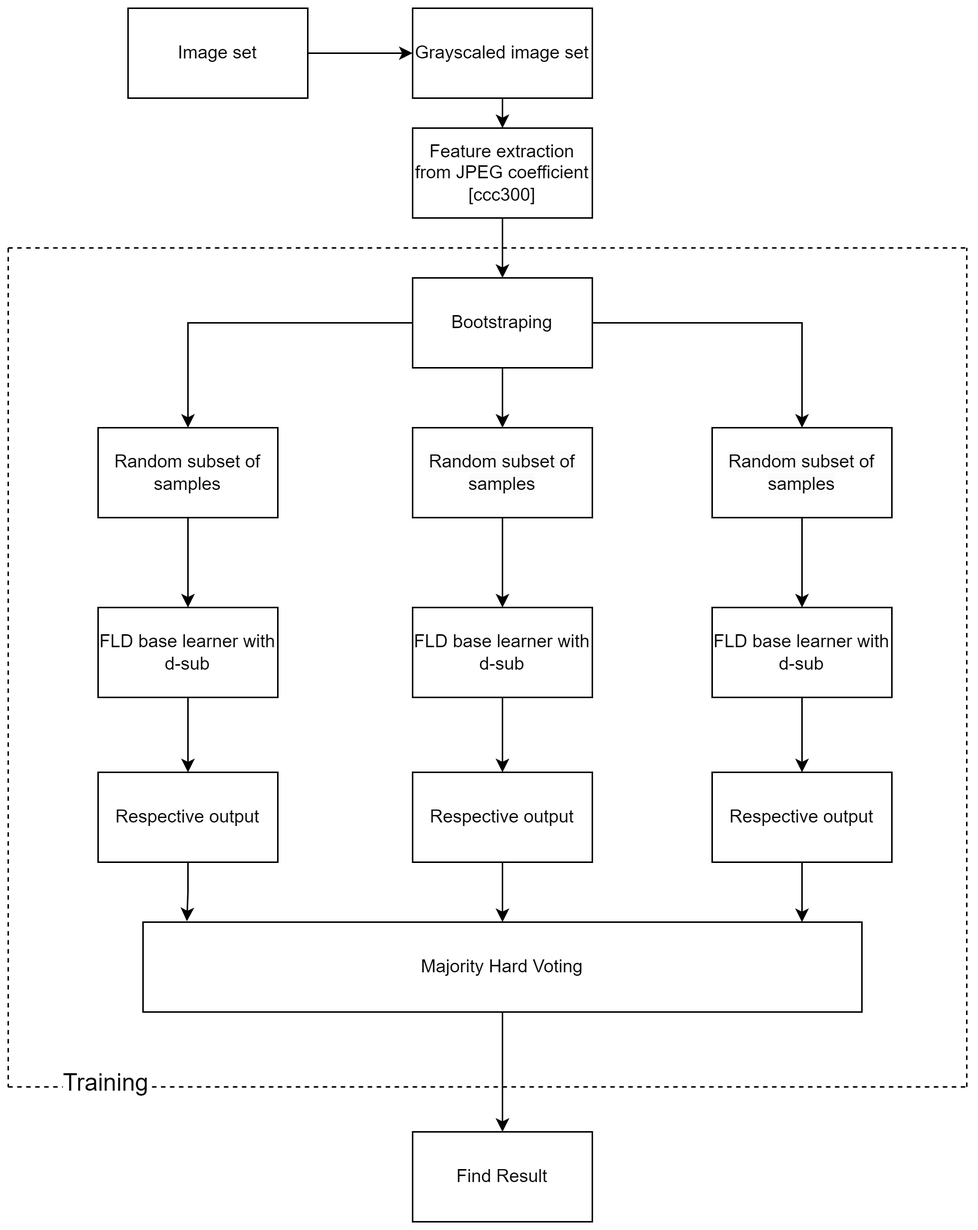
Above: Final/img/blockDiagram.png in cruvss/Image-Steganalysis-Using-Ensemble-Classifiers (draw.io), before the change. Source tidied: cells renumbered, new cells last; positions are measured from the earlier drawing's top-left corner, leaving out a move shared by most shapes. Its diagram source:
```xml
<mxGraphModel>
  <root>
    <mxCell id="0" />
    <mxCell id="1" parent="0" />
    <mxCell id="2" style="edgeStyle=orthogonalEdgeStyle;rounded=0;jettySize=auto;html=1;entryX=0;entryY=0.5;entryDx=0;entryDy=0;" parent="1" edge="1" source="3" target="5">
      <mxGeometry relative="1" as="geometry" />
    </mxCell>
    <mxCell id="3" value="Image set" style="rounded=0;whiteSpace=wrap;html=1;" parent="1" vertex="1">
      <mxGeometry x="80" width="120" height="60" as="geometry" />
    </mxCell>
    <mxCell id="4" style="edgeStyle=orthogonalEdgeStyle;rounded=0;jettySize=auto;html=1;entryX=0.5;entryY=0;entryDx=0;entryDy=0;" parent="1" edge="1" source="5" target="7">
      <mxGeometry relative="1" as="geometry" />
    </mxCell>
    <mxCell id="5" value="Grayscaled image set" style="rounded=0;whiteSpace=wrap;html=1;" parent="1" vertex="1">
      <mxGeometry x="270" width="120" height="60" as="geometry" />
    </mxCell>
    <mxCell id="6" style="edgeStyle=orthogonalEdgeStyle;rounded=0;jettySize=auto;html=1;entryX=0.5;entryY=0;entryDx=0;entryDy=0;" parent="1" edge="1" source="7" target="11">
      <mxGeometry relative="1" as="geometry" />
    </mxCell>
    <mxCell id="7" value="Feature extraction from JPEG coefficient&lt;br&gt;[ccc300]" style="rounded=0;whiteSpace=wrap;html=1;" parent="1" vertex="1">
      <mxGeometry x="270" y="80" width="120" height="60" as="geometry" />
    </mxCell>
    <mxCell id="8" style="edgeStyle=orthogonalEdgeStyle;rounded=0;jettySize=auto;html=1;entryX=0.5;entryY=0;entryDx=0;entryDy=0;" parent="1" edge="1" source="11" target="17">
      <mxGeometry relative="1" as="geometry" />
    </mxCell>
    <mxCell id="9" style="edgeStyle=orthogonalEdgeStyle;rounded=0;jettySize=auto;html=1;entryX=0.5;entryY=0;entryDx=0;entryDy=0;" parent="1" edge="1" source="11" target="13">
      <mxGeometry relative="1" as="geometry" />
    </mxCell>
    <mxCell id="10" style="edgeStyle=orthogonalEdgeStyle;rounded=0;jettySize=auto;html=1;" parent="1" edge="1" source="11" target="15">
      <mxGeometry relative="1" as="geometry" />
    </mxCell>
    <mxCell id="11" value="Bootstraping" style="rounded=0;whiteSpace=wrap;html=1;" parent="1" vertex="1">
      <mxGeometry x="270" y="180" width="120" height="60" as="geometry" />
    </mxCell>
    <mxCell id="12" style="edgeStyle=orthogonalEdgeStyle;rounded=0;jettySize=auto;html=1;entryX=0.5;entryY=0;entryDx=0;entryDy=0;" parent="1" edge="1" source="13" target="19">
      <mxGeometry relative="1" as="geometry" />
    </mxCell>
    <mxCell id="13" value="Random subset of samples" style="rounded=0;whiteSpace=wrap;html=1;" parent="1" vertex="1">
      <mxGeometry x="60" y="280" width="120" height="60" as="geometry" />
    </mxCell>
    <mxCell id="14" style="edgeStyle=orthogonalEdgeStyle;rounded=0;jettySize=auto;html=1;entryX=0.5;entryY=0;entryDx=0;entryDy=0;" parent="1" edge="1" source="15" target="21">
      <mxGeometry relative="1" as="geometry" />
    </mxCell>
    <mxCell id="15" value="&lt;br&gt;&lt;span style=&quot;color: rgb(0, 0, 0); font-family: Helvetica; font-size: 12px; font-style: normal; font-variant-ligatures: normal; font-variant-caps: normal; font-weight: 400; letter-spacing: normal; orphans: 2; text-align: center; text-indent: 0px; text-transform: none; widows: 2; word-spacing: 0px; -webkit-text-stroke-width: 0px; background-color: rgb(251, 251, 251); text-decoration-thickness: initial; text-decoration-style: initial; text-decoration-color: initial; float: none; display: inline !important;&quot;&gt;Random subset of samples&lt;/span&gt;&lt;div&gt;&lt;br&gt;&lt;/div&gt;" style="rounded=0;whiteSpace=wrap;html=1;" parent="1" vertex="1">
      <mxGeometry x="270" y="280" width="120" height="60" as="geometry" />
    </mxCell>
    <mxCell id="16" style="edgeStyle=orthogonalEdgeStyle;rounded=0;jettySize=auto;html=1;entryX=0.5;entryY=0;entryDx=0;entryDy=0;" parent="1" edge="1" source="17" target="23">
      <mxGeometry relative="1" as="geometry" />
    </mxCell>
    <mxCell id="17" value="&amp;nbsp;&lt;br&gt;&lt;span style=&quot;color: rgb(0, 0, 0); font-family: Helvetica; font-size: 12px; font-style: normal; font-variant-ligatures: normal; font-variant-caps: normal; font-weight: 400; letter-spacing: normal; orphans: 2; text-align: center; text-indent: 0px; text-transform: none; widows: 2; word-spacing: 0px; -webkit-text-stroke-width: 0px; background-color: rgb(251, 251, 251); text-decoration-thickness: initial; text-decoration-style: initial; text-decoration-color: initial; float: none; display: inline !important;&quot;&gt;Random subset of samples&lt;/span&gt;&lt;div&gt;&lt;br/&gt;&lt;/div&gt;" style="rounded=0;whiteSpace=wrap;html=1;" parent="1" vertex="1">
      <mxGeometry x="470" y="280" width="120" height="60" as="geometry" />
    </mxCell>
    <mxCell id="18" style="edgeStyle=orthogonalEdgeStyle;rounded=0;jettySize=auto;html=1;entryX=0.5;entryY=0;entryDx=0;entryDy=0;" parent="1" edge="1" source="19" target="24">
      <mxGeometry relative="1" as="geometry" />
    </mxCell>
    <mxCell id="19" value="FLD base learner with d-sub" style="rounded=0;whiteSpace=wrap;html=1;" parent="1" vertex="1">
      <mxGeometry x="60" y="400" width="120" height="60" as="geometry" />
    </mxCell>
    <mxCell id="20" style="edgeStyle=orthogonalEdgeStyle;rounded=0;jettySize=auto;html=1;entryX=0.5;entryY=0;entryDx=0;entryDy=0;" parent="1" edge="1" source="21" target="25">
      <mxGeometry relative="1" as="geometry" />
    </mxCell>
    <mxCell id="21" value="FLD base learner with d-sub" style="rounded=0;whiteSpace=wrap;html=1;" parent="1" vertex="1">
      <mxGeometry x="270" y="400" width="120" height="60" as="geometry" />
    </mxCell>
    <mxCell id="22" style="edgeStyle=orthogonalEdgeStyle;rounded=0;jettySize=auto;html=1;" parent="1" edge="1" source="23" target="26">
      <mxGeometry relative="1" as="geometry" />
    </mxCell>
    <mxCell id="23" value="FLD base learner with d-sub" style="rounded=0;whiteSpace=wrap;html=1;" parent="1" vertex="1">
      <mxGeometry x="470" y="400" width="120" height="60" as="geometry" />
    </mxCell>
    <mxCell id="24" value="Respective output" style="rounded=0;whiteSpace=wrap;html=1;" parent="1" vertex="1">
      <mxGeometry x="60" y="510" width="120" height="60" as="geometry" />
    </mxCell>
    <mxCell id="25" value="Respective output" style="rounded=0;whiteSpace=wrap;html=1;" parent="1" vertex="1">
      <mxGeometry x="270" y="510" width="120" height="60" as="geometry" />
    </mxCell>
    <mxCell id="26" value="Respective output" style="rounded=0;whiteSpace=wrap;html=1;" parent="1" vertex="1">
      <mxGeometry x="470" y="510" width="120" height="60" as="geometry" />
    </mxCell>
    <mxCell id="27" style="edgeStyle=orthogonalEdgeStyle;rounded=0;jettySize=auto;html=1;entryX=0.5;entryY=0;entryDx=0;entryDy=0;" parent="1" edge="1" source="28" target="29">
      <mxGeometry relative="1" as="geometry" />
    </mxCell>
    <mxCell id="28" value="Majority Hard Voting" style="rounded=0;whiteSpace=wrap;html=1;" parent="1" vertex="1">
      <mxGeometry x="90" y="610" width="480" height="60" as="geometry" />
    </mxCell>
    <mxCell id="29" value="Find Result" style="rounded=0;whiteSpace=wrap;html=1;" parent="1" vertex="1">
      <mxGeometry x="270" y="750" width="120" height="60" as="geometry" />
    </mxCell>
    <mxCell id="30" style="edgeStyle=orthogonalEdgeStyle;rounded=0;jettySize=auto;html=1;" parent="1" edge="1" source="26">
      <mxGeometry relative="1" as="geometry">
        <mxPoint x="530" y="610" as="targetPoint" />
      </mxGeometry>
    </mxCell>
    <mxCell id="31" style="edgeStyle=orthogonalEdgeStyle;rounded=0;jettySize=auto;html=1;entryX=0.5;entryY=0;entryDx=0;entryDy=0;" parent="1" edge="1" source="25" target="28">
      <mxGeometry relative="1" as="geometry" />
    </mxCell>
    <mxCell id="32" style="edgeStyle=orthogonalEdgeStyle;rounded=0;jettySize=auto;html=1;entryX=0.061;entryY=-0.01;entryDx=0;entryDy=0;entryPerimeter=0;" parent="1" edge="1" source="24" target="28">
      <mxGeometry relative="1" as="geometry" />
    </mxCell>
    <mxCell id="33" style="endArrow=none;dashed=1;html=1;rounded=0;" parent="1" edge="1">
      <mxGeometry relative="1" as="geometry">
        <mxPoint y="160" as="sourcePoint" />
        <mxPoint x="640" y="160" as="targetPoint" />
      </mxGeometry>
    </mxCell>
    <mxCell id="34" style="endArrow=none;dashed=1;html=1;rounded=0;" parent="1" edge="1">
      <mxGeometry relative="1" as="geometry">
        <mxPoint x="640" y="720" as="sourcePoint" />
        <mxPoint x="640" y="160" as="targetPoint" />
      </mxGeometry>
    </mxCell>
    <mxCell id="35" style="endArrow=none;dashed=1;html=1;rounded=0;" parent="1" edge="1">
      <mxGeometry relative="1" as="geometry">
        <mxPoint y="720" as="sourcePoint" />
        <mxPoint x="640" y="720" as="targetPoint" />
      </mxGeometry>
    </mxCell>
    <mxCell id="36" value="&lt;font style=&quot;font-size: 16px;&quot;&gt;Training&lt;/font&gt;" style="edgeLabel;html=1;align=center;verticalAlign=middle;" parent="35" vertex="1">
      <mxGeometry x="-0.8" y="4" relative="1" as="geometry">
        <mxPoint x="-1" as="offset" />
      </mxGeometry>
    </mxCell>
    <mxCell id="37" style="endArrow=none;dashed=1;html=1;rounded=0;" parent="1" edge="1">
      <mxGeometry relative="1" as="geometry">
        <mxPoint y="160" as="sourcePoint" />
        <mxPoint y="720" as="targetPoint" />
      </mxGeometry>
    </mxCell>
  </root>
</mxGraphModel>
```
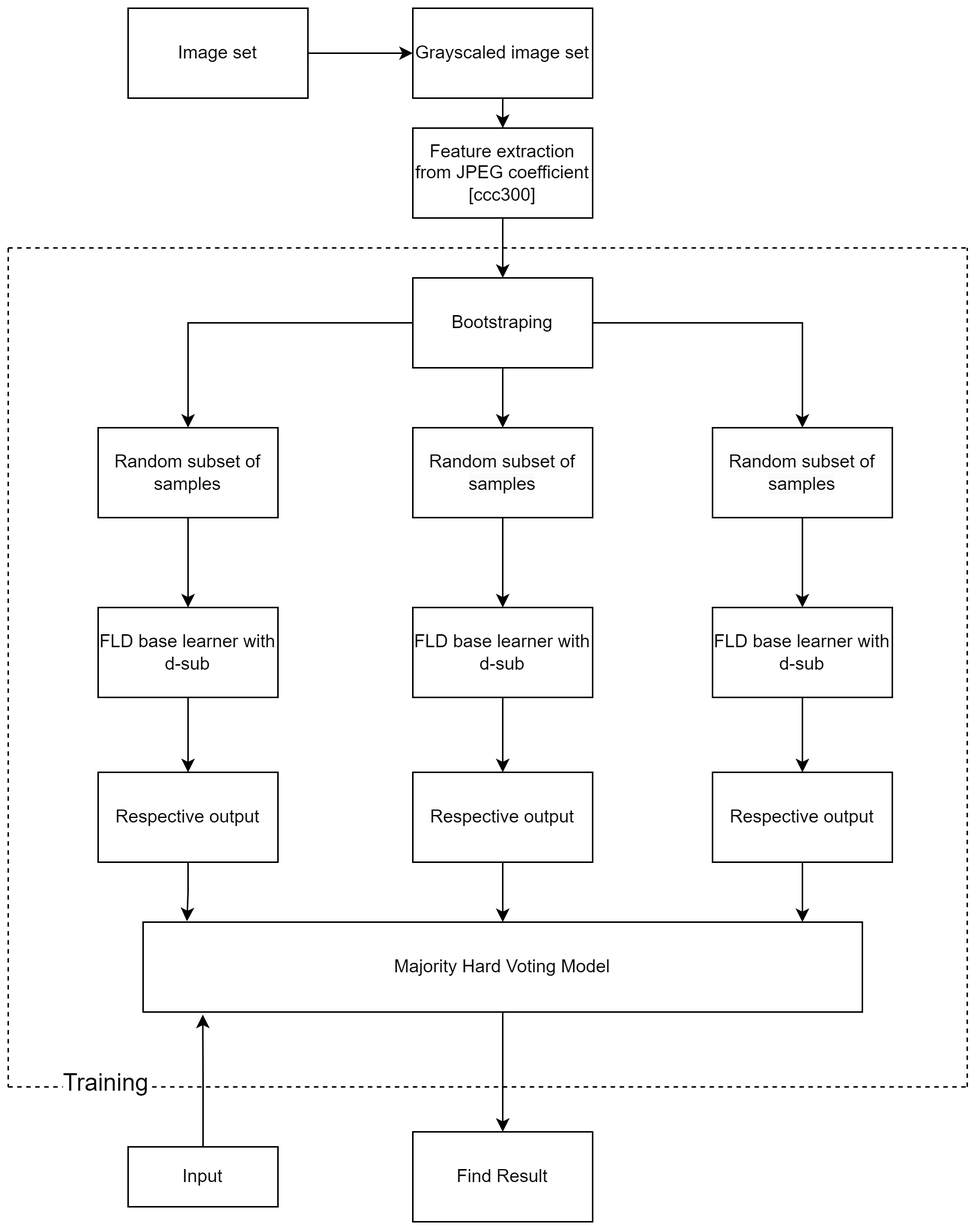
After the commit.

What changed in the source:
```diff
@@ -80,7 +80,7 @@
     <mxCell id="27" style="edgeStyle=orthogonalEdgeStyle;rounded=0;jettySize=auto;html=1;entryX=0.5;entryY=0;entryDx=0;entryDy=0;" parent="1" edge="1" source="28" target="29">
       <mxGeometry relative="1" as="geometry" />
     </mxCell>
-    <mxCell id="28" value="Majority Hard Voting" style="rounded=0;whiteSpace=wrap;html=1;" parent="1" vertex="1">
+    <mxCell id="28" value="Majority Hard Voting Model" style="rounded=0;whiteSpace=wrap;html=1;" parent="1" vertex="1">
       <mxGeometry x="90" y="610" width="480" height="60" as="geometry" />
     </mxCell>
     <mxCell id="29" value="Find Result" style="rounded=0;whiteSpace=wrap;html=1;" parent="1" vertex="1">
@@ -126,5 +126,11 @@
         <mxPoint y="720" as="targetPoint" />
       </mxGeometry>
     </mxCell>
+    <mxCell id="38" value="Input" style="rounded=0;whiteSpace=wrap;html=1;" parent="1" vertex="1">
+      <mxGeometry x="80" y="760" width="100" height="40" as="geometry" />
+    </mxCell>
+    <mxCell id="39" style="edgeStyle=orthogonalEdgeStyle;rounded=0;jettySize=auto;html=1;exitX=0.5;exitY=0;exitDx=0;exitDy=0;entryX=0.083;entryY=1.029;entryDx=0;entryDy=0;entryPerimeter=0;" parent="1" edge="1" source="38" target="28">
+      <mxGeometry relative="1" as="geometry" />
+    </mxCell>
   </root>
 </mxGraphModel>
```
